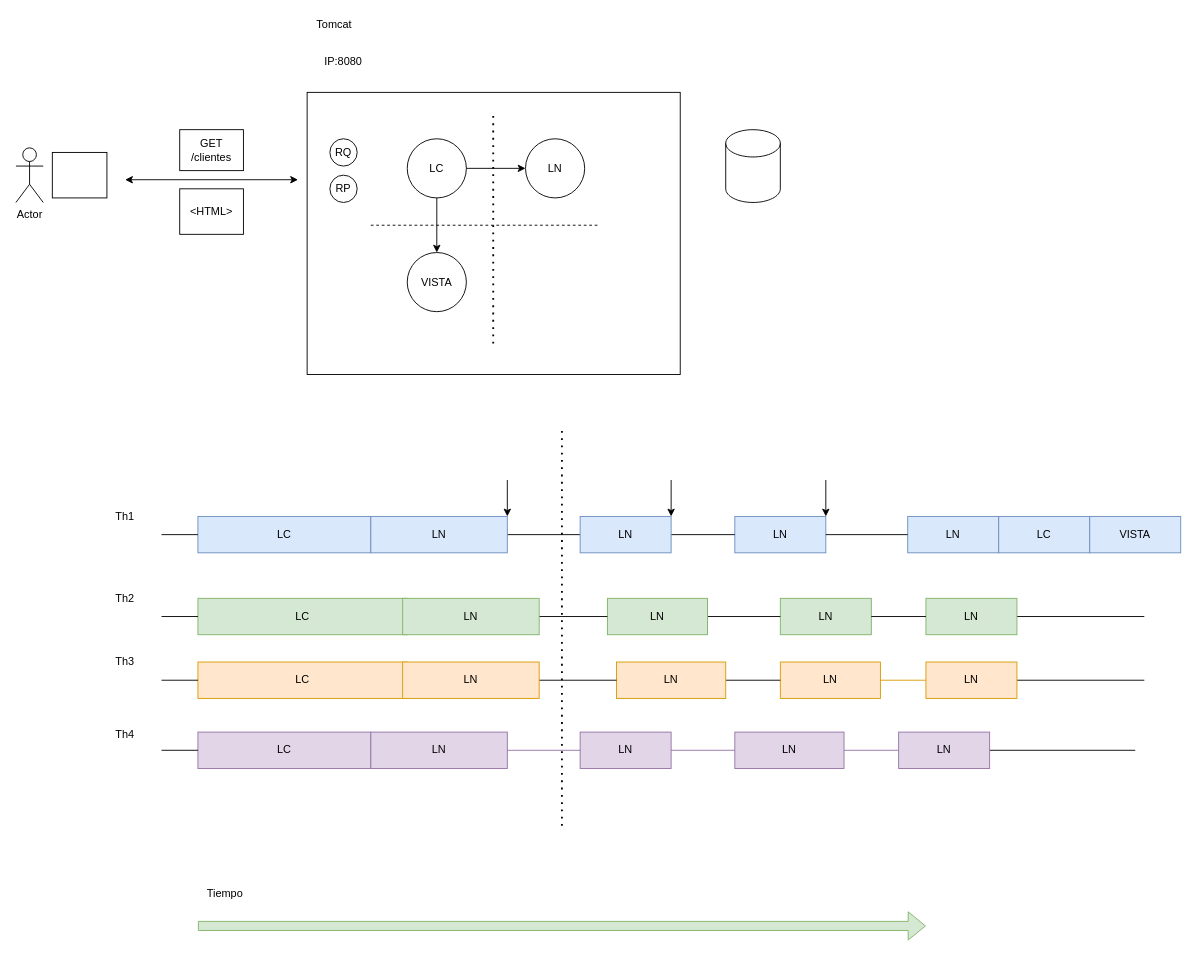
The draw.io diagram page "Página-5" (4 of 13) of java_features.drawio in lrag/Java_17, before the edit. Source tidied: cells renumbered, new cells numbered last; positions are measured from the earlier drawing's top-left corner, leaving out a move shared by most shapes. Both pictures are drawn from the tidied source at 91%, with x=0, y=0 at pixel (15, 15).
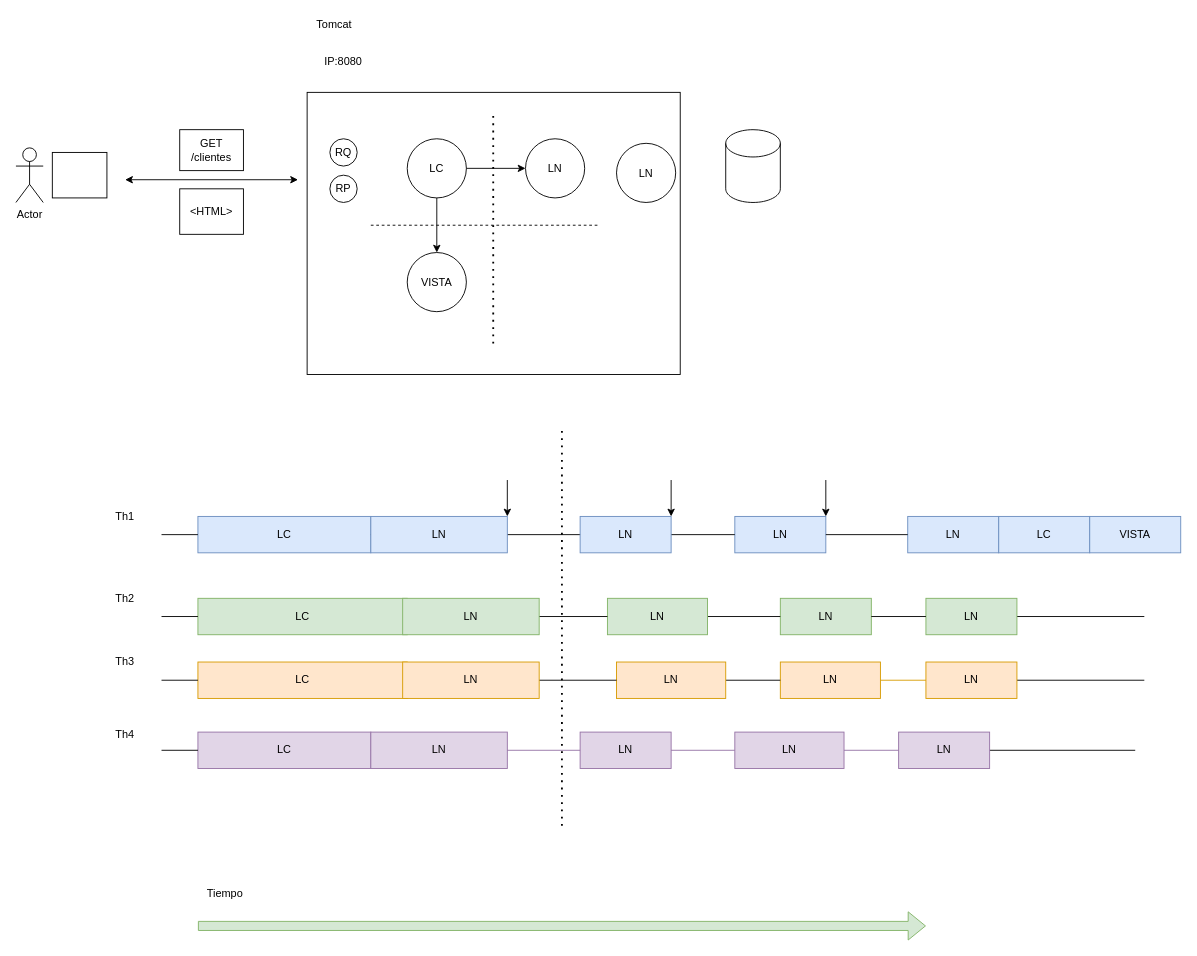
Above is the later version.

Change to the diagram source:
```diff
@@
+    <mxCell id="71" value="LN" style="ellipse;whiteSpace=wrap;html=1;fillColor=none;" parent="1" vertex="1">
+      <mxGeometry x="660" y="140" width="65" height="65" as="geometry" />
+    </mxCell>
```
